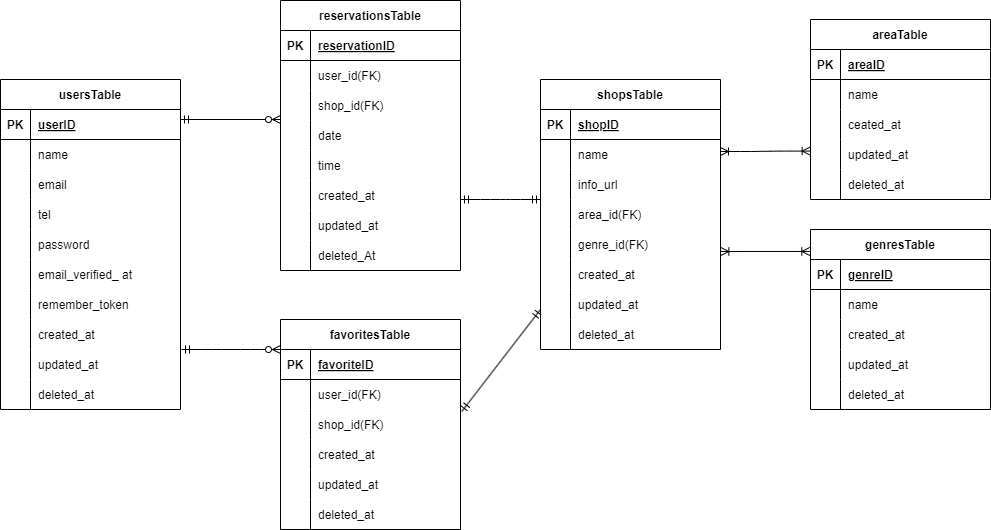
Before: docs/er.drawio.png, a diagram exported from draw.io (kozuka-yuko/Rese). Source tidied: cells renumbered, new cells last; positions are measured from the earlier drawing's top-left corner, leaving out a move shared by most shapes.
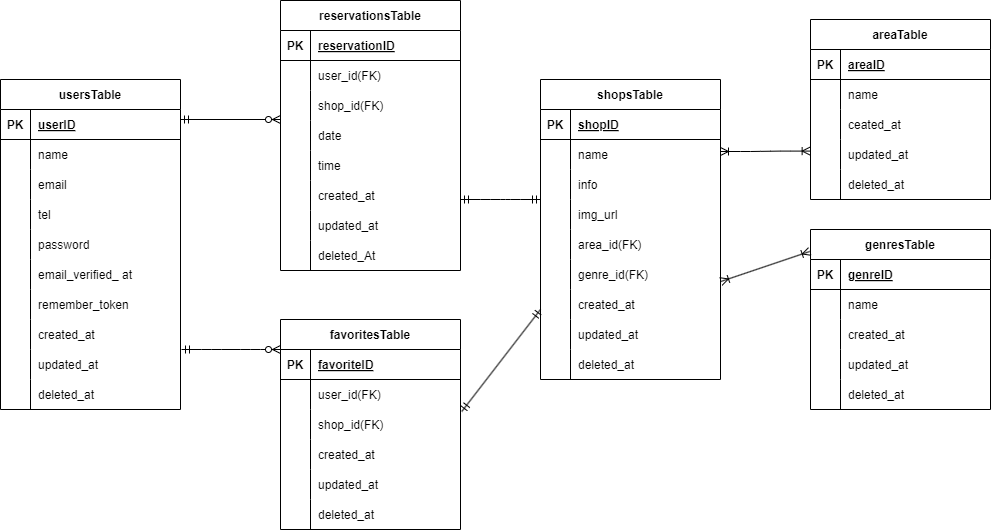
Later version of the same file.

Diff of the diagram source:
```diff
@@ -228,7 +228,7 @@
       <mxGeometry x="30" width="150" height="30" as="geometry" />
     </mxCell>
     <mxCell id="77" value="shopsTable" style="shape=table;startSize=30;rowLines=0;fontStyle=1;align=center;" parent="1" vertex="1">
-      <mxGeometry x="540" y="79" width="180" height="270" as="geometry" />
+      <mxGeometry x="540" y="79" width="180" height="300" as="geometry" />
     </mxCell>
     <mxCell id="78" style="shape=tableRow;horizontal=0;startSize=0;swimlaneHead=0;swimlaneBody=0;fillColor=none;top=0;left=0;right=0;bottom=1;" parent="77" vertex="1">
       <mxGeometry y="30" width="180" height="30" as="geometry" />
@@ -248,17 +248,26 @@
     <mxCell id="83" value="name" style="shape=partialRectangle;fillColor=none;top=0;left=0;bottom=0;right=0;align=left;spacingLeft=6;overflow=hidden;" parent="81" vertex="1">
       <mxGeometry x="30" width="150" height="30" as="geometry" />
     </mxCell>
+    <mxCell id="140" style="shape=tableRow;horizontal=0;startSize=0;swimlaneHead=0;swimlaneBody=0;fillColor=none;top=0;left=0;right=0;bottom=0;" parent="77" vertex="1">
+      <mxGeometry y="90" width="180" height="30" as="geometry" />
+    </mxCell>
+    <mxCell id="141" style="shape=partialRectangle;fillColor=none;top=0;left=0;bottom=0;right=0;overflow=hidden;" parent="140" vertex="1">
+      <mxGeometry width="30" height="30" as="geometry" />
+    </mxCell>
+    <mxCell id="142" value="info" style="shape=partialRectangle;fillColor=none;top=0;left=0;bottom=0;right=0;align=left;spacingLeft=6;overflow=hidden;" parent="140" vertex="1">
+      <mxGeometry x="30" width="150" height="30" as="geometry" />
+    </mxCell>
     <mxCell id="84" style="shape=tableRow;horizontal=0;startSize=0;swimlaneHead=0;swimlaneBody=0;fillColor=none;top=0;left=0;right=0;bottom=0;" parent="77" vertex="1">
-      <mxGeometry y="90" width="180" height="30" as="geometry" />
+      <mxGeometry y="120" width="180" height="30" as="geometry" />
     </mxCell>
     <mxCell id="85" style="shape=partialRectangle;fillColor=none;top=0;left=0;bottom=0;right=0;overflow=hidden;" parent="84" vertex="1">
       <mxGeometry width="30" height="30" as="geometry" />
     </mxCell>
-    <mxCell id="86" value="info_url" style="shape=partialRectangle;fillColor=none;top=0;left=0;bottom=0;right=0;align=left;spacingLeft=6;overflow=hidden;" parent="84" vertex="1">
+    <mxCell id="86" value="img_url" style="shape=partialRectangle;fillColor=none;top=0;left=0;bottom=0;right=0;align=left;spacingLeft=6;overflow=hidden;" parent="84" vertex="1">
       <mxGeometry x="30" width="150" height="30" as="geometry" />
     </mxCell>
     <mxCell id="87" style="shape=tableRow;horizontal=0;startSize=0;swimlaneHead=0;swimlaneBody=0;fillColor=none;top=0;left=0;right=0;bottom=0;" parent="77" vertex="1">
-      <mxGeometry y="120" width="180" height="30" as="geometry" />
+      <mxGeometry y="150" width="180" height="30" as="geometry" />
     </mxCell>
     <mxCell id="88" style="shape=partialRectangle;fillColor=none;top=0;left=0;bottom=0;right=0;overflow=hidden;" parent="87" vertex="1">
       <mxGeometry width="30" height="30" as="geometry" />
@@ -267,7 +276,7 @@
       <mxGeometry x="30" width="150" height="30" as="geometry" />
     </mxCell>
     <mxCell id="90" style="shape=tableRow;horizontal=0;startSize=0;swimlaneHead=0;swimlaneBody=0;fillColor=none;points=[[0,0.5],[1,0.5]];portConstraint=eastwest;top=0;left=0;right=0;bottom=0;" parent="77" vertex="1">
-      <mxGeometry y="150" width="180" height="30" as="geometry" />
+      <mxGeometry y="180" width="180" height="30" as="geometry" />
     </mxCell>
     <mxCell id="91" style="shape=partialRectangle;fillColor=none;top=0;left=0;bottom=0;right=0;overflow=hidden;" parent="90" vertex="1">
       <mxGeometry width="30" height="30" as="geometry" />
@@ -276,7 +285,7 @@
       <mxGeometry x="30" width="150" height="30" as="geometry" />
     </mxCell>
     <mxCell id="93" style="shape=tableRow;horizontal=0;startSize=0;swimlaneHead=0;swimlaneBody=0;fillColor=none;top=0;left=0;right=0;bottom=0;" parent="77" vertex="1">
-      <mxGeometry y="180" width="180" height="30" as="geometry" />
+      <mxGeometry y="210" width="180" height="30" as="geometry" />
     </mxCell>
     <mxCell id="94" style="shape=partialRectangle;fillColor=none;top=0;left=0;bottom=0;right=0;overflow=hidden;" parent="93" vertex="1">
       <mxGeometry width="30" height="30" as="geometry" />
@@ -285,7 +294,7 @@
       <mxGeometry x="30" width="150" height="30" as="geometry" />
     </mxCell>
     <mxCell id="96" style="shape=tableRow;horizontal=0;startSize=0;swimlaneHead=0;swimlaneBody=0;fillColor=none;top=0;left=0;right=0;bottom=0;" parent="77" vertex="1">
-      <mxGeometry y="210" width="180" height="30" as="geometry" />
+      <mxGeometry y="240" width="180" height="30" as="geometry" />
     </mxCell>
     <mxCell id="97" style="shape=partialRectangle;fillColor=none;top=0;left=0;bottom=0;right=0;overflow=hidden;" parent="96" vertex="1">
       <mxGeometry width="30" height="30" as="geometry" />
@@ -294,7 +303,7 @@
       <mxGeometry x="30" width="150" height="30" as="geometry" />
     </mxCell>
     <mxCell id="99" style="shape=tableRow;horizontal=0;startSize=0;swimlaneHead=0;swimlaneBody=0;fillColor=none;top=0;left=0;right=0;bottom=0;" parent="77" vertex="1">
-      <mxGeometry y="240" width="180" height="30" as="geometry" />
+      <mxGeometry y="270" width="180" height="30" as="geometry" />
     </mxCell>
     <mxCell id="100" style="shape=partialRectangle;fillColor=none;top=0;left=0;bottom=0;right=0;overflow=hidden;" parent="99" vertex="1">
       <mxGeometry width="30" height="30" as="geometry" />
```
